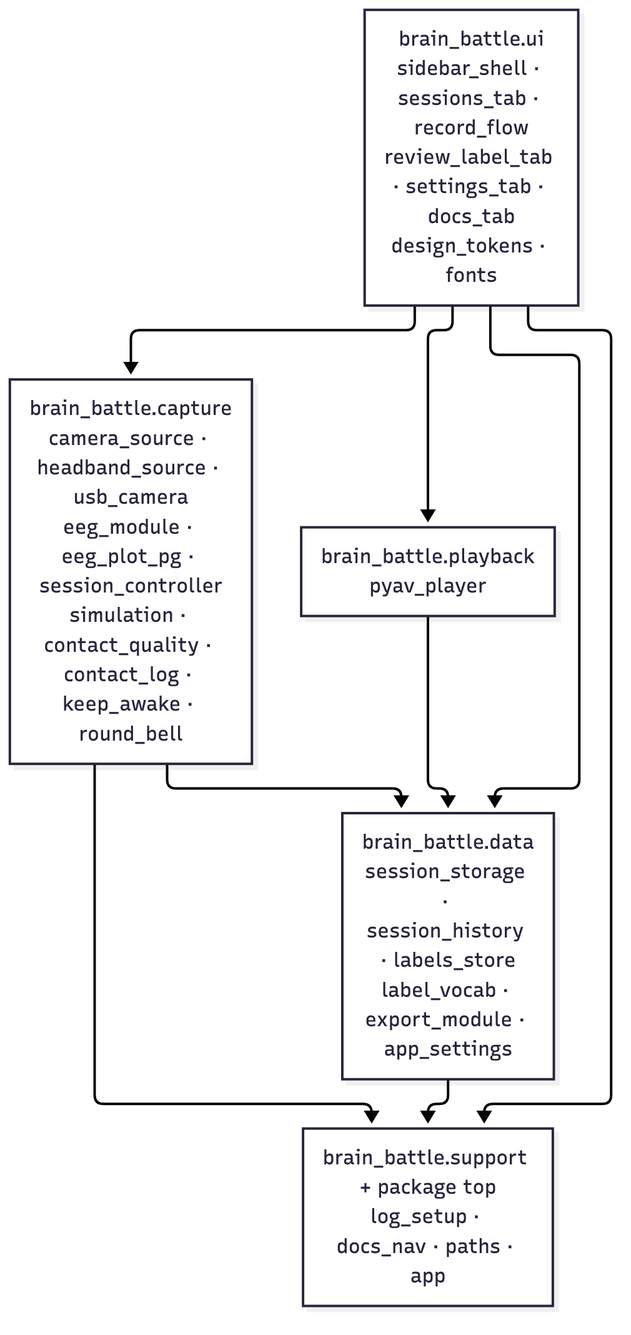
The Mermaid diagram docs/diagrams/component.png in mohammadabdullahkhurram/Brain-Battle-Phase-3, before a commit. Its source is kept beside it as docs/diagrams/component.mmd.
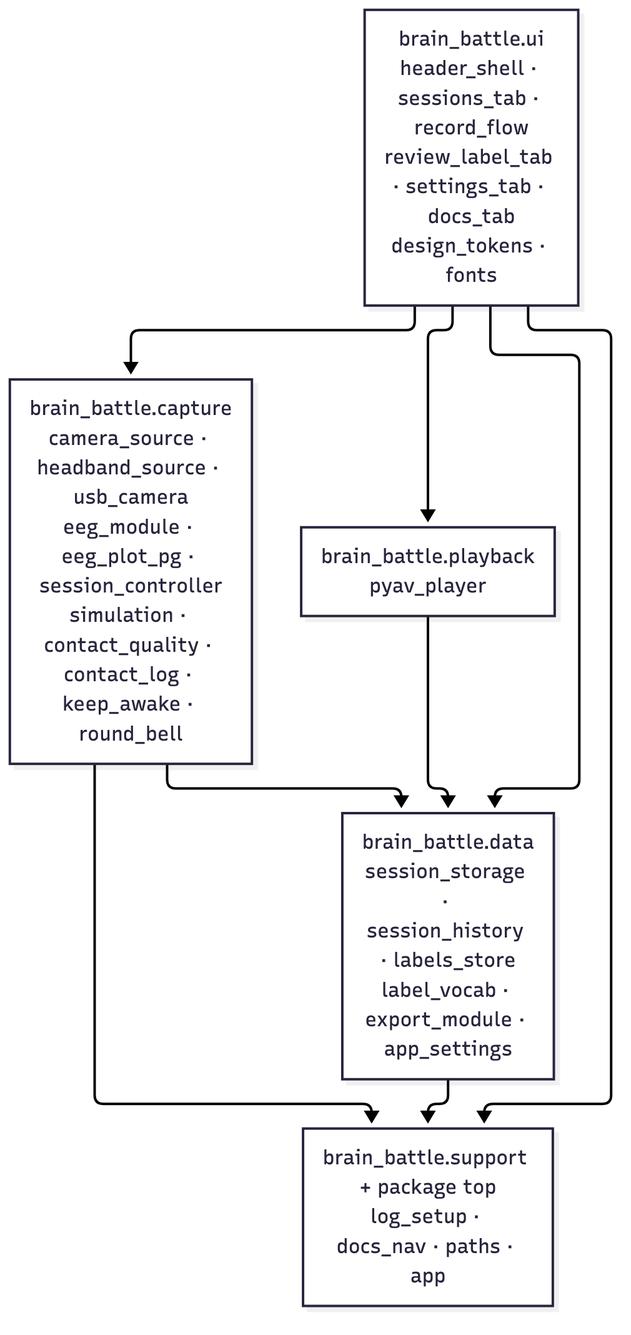
The same diagram one commit later.

The edit, as a diff of the source:
```diff
@@ -1,6 +1,6 @@
 %%{init: {'themeVariables': {'fontSize': '16px'}}}%%
 flowchart TB
-    UIG["brain_battle.ui<br/>sidebar_shell · sessions_tab · record_flow<br/>review_label_tab · settings_tab · docs_tab<br/>design_tokens · fonts"]
+    UIG["brain_battle.ui<br/>header_shell · sessions_tab · record_flow<br/>review_label_tab · settings_tab · docs_tab<br/>design_tokens · fonts"]
     CAP["brain_battle.capture<br/>camera_source · headband_source · usb_camera<br/>eeg_module · eeg_plot_pg · session_controller<br/>simulation · contact_quality · contact_log · keep_awake · round_bell"]
     PLY["brain_battle.playback<br/>pyav_player"]
     DATA["brain_battle.data<br/>session_storage · session_history · labels_store<br/>label_vocab · export_module · app_settings"]
```
